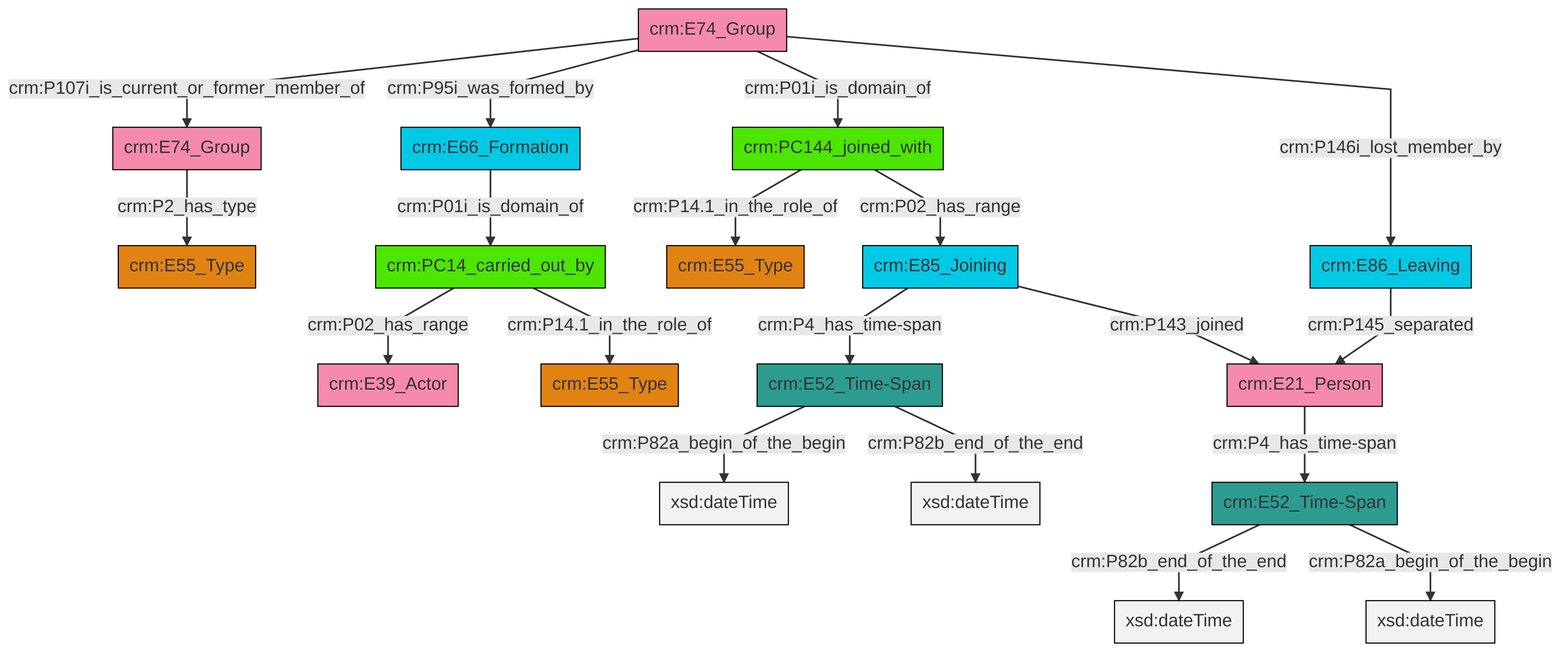
This is et/groupCSV/ttl/mmd/png/group_actor_relations.png from swiss-art-research-net/docs.swissartresearch, a Mermaid export, as it was before one commit. Its source is kept beside it as et/groupCSV/ttl/mmd/group_actor_relations.ttl.mmd. Its diagram source:
```mermaid
graph TD
classDef Literal fill:#f2f2f2,stroke:#000000;
classDef CRM_Entity fill:#FFFFFF,stroke:#000000;
classDef Temporal_Entity fill:#00C9E6, stroke:#000000;
classDef Type fill:#E18312, stroke:#000000;
classDef Time-Span fill:#2C9C91, stroke:#000000;
classDef Appellation fill:#FFEB7F, stroke:#000000;
classDef Place fill:#008836, stroke:#000000;
classDef Persistent_Item fill:#B266B2, stroke:#000000;
classDef Conceptual_Object fill:#FFD700, stroke:#000000;
classDef Physical_Thing fill:#D2B48C, stroke:#000000;
classDef Actor fill:#f58aad, stroke:#000000;
classDef PC_Classes fill:#4ce600, stroke:#000000;
classDef Multi fill:#cccccc,stroke:#000000;

0["crm:E85_Joining"]:::Temporal_Entity -->|crm:P4_has_time-span| 1["crm:E52_Time-Span"]:::Time-Span
2["crm:E66_Formation"]:::Temporal_Entity -->|crm:P01i_is_domain_of| 3["crm:PC14_carried_out_by"]:::PC_Classes
4["crm:E74_Group"]:::Actor -->|crm:P107i_is_current_or_former_member_of| 5["crm:E74_Group"]:::Actor
4["crm:E74_Group"]:::Actor -->|crm:P95i_was_formed_by| 2["crm:E66_Formation"]:::Temporal_Entity
6["crm:E21_Person"]:::Actor -->|crm:P4_has_time-span| 15["crm:E52_Time-Span"]:::Time-Span
4["crm:E74_Group"]:::Actor -->|crm:P01i_is_domain_of| 19["crm:PC144_joined_with"]:::PC_Classes
5["crm:E74_Group"]:::Actor -->|crm:P2_has_type| 9["crm:E55_Type"]:::Type
21["crm:E86_Leaving"]:::Temporal_Entity -->|crm:P145_separated| 6["crm:E21_Person"]:::Actor
3["crm:PC14_carried_out_by"]:::PC_Classes -->|crm:P02_has_range| 11["crm:E39_Actor"]:::Actor
19["crm:PC144_joined_with"]:::PC_Classes -->|crm:P14.1_in_the_role_of| 17["crm:E55_Type"]:::Type
4["crm:E74_Group"]:::Actor -->|crm:P146i_lost_member_by| 21["crm:E86_Leaving"]:::Temporal_Entity
3["crm:PC14_carried_out_by"]:::PC_Classes -->|crm:P14.1_in_the_role_of| 13["crm:E55_Type"]:::Type
15["crm:E52_Time-Span"]:::Time-Span -->|crm:P82b_end_of_the_end| 25[xsd:dateTime]:::Literal
1["crm:E52_Time-Span"]:::Time-Span -->|crm:P82a_begin_of_the_begin| 26[xsd:dateTime]:::Literal
0["crm:E85_Joining"]:::Temporal_Entity -->|crm:P143_joined| 6["crm:E21_Person"]:::Actor
15["crm:E52_Time-Span"]:::Time-Span -->|crm:P82a_begin_of_the_begin| 27[xsd:dateTime]:::Literal
1["crm:E52_Time-Span"]:::Time-Span -->|crm:P82b_end_of_the_end| 30[xsd:dateTime]:::Literal
19["crm:PC144_joined_with"]:::PC_Classes -->|crm:P02_has_range| 0["crm:E85_Joining"]:::Temporal_Entity
```
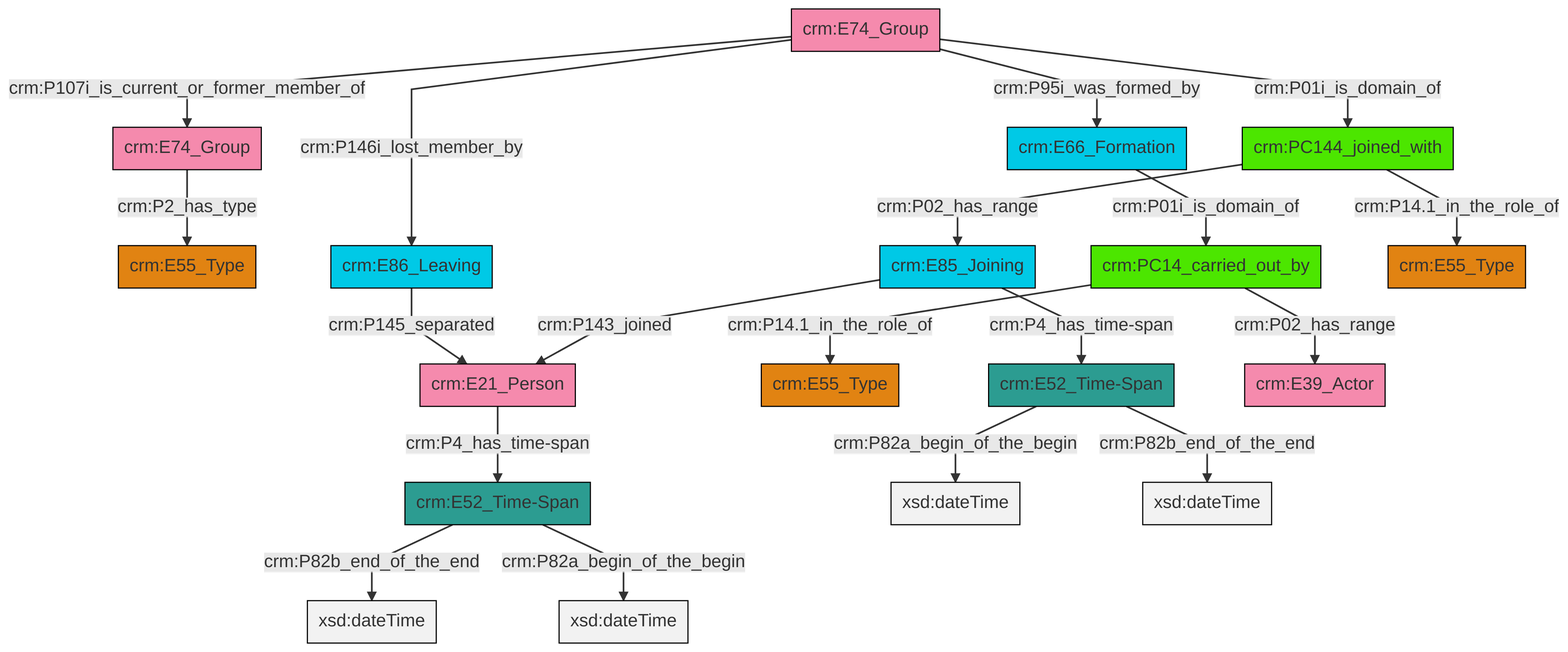
The same file after the commit.

The edit, as a diff of the source:
```diff
@@ -13,21 +13,21 @@
 classDef PC_Classes fill:#4ce600, stroke:#000000;
 classDef Multi fill:#cccccc,stroke:#000000;
 
-0["crm:E85_Joining"]:::Temporal_Entity -->|crm:P4_has_time-span| 1["crm:E52_Time-Span"]:::Time-Span
-2["crm:E66_Formation"]:::Temporal_Entity -->|crm:P01i_is_domain_of| 3["crm:PC14_carried_out_by"]:::PC_Classes
-4["crm:E74_Group"]:::Actor -->|crm:P107i_is_current_or_former_member_of| 5["crm:E74_Group"]:::Actor
-4["crm:E74_Group"]:::Actor -->|crm:P95i_was_formed_by| 2["crm:E66_Formation"]:::Temporal_Entity
-6["crm:E21_Person"]:::Actor -->|crm:P4_has_time-span| 15["crm:E52_Time-Span"]:::Time-Span
-4["crm:E74_Group"]:::Actor -->|crm:P01i_is_domain_of| 19["crm:PC144_joined_with"]:::PC_Classes
-5["crm:E74_Group"]:::Actor -->|crm:P2_has_type| 9["crm:E55_Type"]:::Type
-21["crm:E86_Leaving"]:::Temporal_Entity -->|crm:P145_separated| 6["crm:E21_Person"]:::Actor
-3["crm:PC14_carried_out_by"]:::PC_Classes -->|crm:P02_has_range| 11["crm:E39_Actor"]:::Actor
-19["crm:PC144_joined_with"]:::PC_Classes -->|crm:P14.1_in_the_role_of| 17["crm:E55_Type"]:::Type
-4["crm:E74_Group"]:::Actor -->|crm:P146i_lost_member_by| 21["crm:E86_Leaving"]:::Temporal_Entity
-3["crm:PC14_carried_out_by"]:::PC_Classes -->|crm:P14.1_in_the_role_of| 13["crm:E55_Type"]:::Type
-15["crm:E52_Time-Span"]:::Time-Span -->|crm:P82b_end_of_the_end| 25[xsd:dateTime]:::Literal
-1["crm:E52_Time-Span"]:::Time-Span -->|crm:P82a_begin_of_the_begin| 26[xsd:dateTime]:::Literal
-0["crm:E85_Joining"]:::Temporal_Entity -->|crm:P143_joined| 6["crm:E21_Person"]:::Actor
-15["crm:E52_Time-Span"]:::Time-Span -->|crm:P82a_begin_of_the_begin| 27[xsd:dateTime]:::Literal
-1["crm:E52_Time-Span"]:::Time-Span -->|crm:P82b_end_of_the_end| 30[xsd:dateTime]:::Literal
-19["crm:PC144_joined_with"]:::PC_Classes -->|crm:P02_has_range| 0["crm:E85_Joining"]:::Temporal_Entity
+2["crm:E86_Leaving"]:::Temporal_Entity -->|crm:P145_separated| 3["crm:E21_Person"]:::Actor
+4["crm:PC14_carried_out_by"]:::PC_Classes -->|crm:P14.1_in_the_role_of| 5["crm:E55_Type"]:::Type
+6["crm:E85_Joining"]:::Temporal_Entity -->|crm:P4_has_time-span| 7["crm:E52_Time-Span"]:::Time-Span
+3["crm:E21_Person"]:::Actor -->|crm:P4_has_time-span| 13["crm:E52_Time-Span"]:::Time-Span
+15["crm:E74_Group"]:::Actor -->|crm:P146i_lost_member_by| 2["crm:E86_Leaving"]:::Temporal_Entity
+13["crm:E52_Time-Span"]:::Time-Span -->|crm:P82b_end_of_the_end| 17[xsd:dateTime]:::Literal
+11["crm:E66_Formation"]:::Temporal_Entity -->|crm:P01i_is_domain_of| 4["crm:PC14_carried_out_by"]:::PC_Classes
+19["crm:PC144_joined_with"]:::PC_Classes -->|crm:P02_has_range| 6["crm:E85_Joining"]:::Temporal_Entity
+7["crm:E52_Time-Span"]:::Time-Span -->|crm:P82a_begin_of_the_begin| 20[xsd:dateTime]:::Literal
+15["crm:E74_Group"]:::Actor -->|crm:P95i_was_formed_by| 11["crm:E66_Formation"]:::Temporal_Entity
+19["crm:PC144_joined_with"]:::PC_Classes -->|crm:P14.1_in_the_role_of| 9["crm:E55_Type"]:::Type
+21["crm:E74_Group"]:::Actor -->|crm:P2_has_type| 0["crm:E55_Type"]:::Type
+15["crm:E74_Group"]:::Actor -->|crm:P01i_is_domain_of| 19["crm:PC144_joined_with"]:::PC_Classes
+7["crm:E52_Time-Span"]:::Time-Span -->|crm:P82b_end_of_the_end| 26[xsd:dateTime]:::Literal
+4["crm:PC14_carried_out_by"]:::PC_Classes -->|crm:P02_has_range| 24["crm:E39_Actor"]:::Actor
+15["crm:E74_Group"]:::Actor -->|crm:P107i_is_current_or_former_member_of| 21["crm:E74_Group"]:::Actor
+6["crm:E85_Joining"]:::Temporal_Entity -->|crm:P143_joined| 3["crm:E21_Person"]:::Actor
+13["crm:E52_Time-Span"]:::Time-Span -->|crm:P82a_begin_of_the_begin| 32[xsd:dateTime]:::Literal
```
